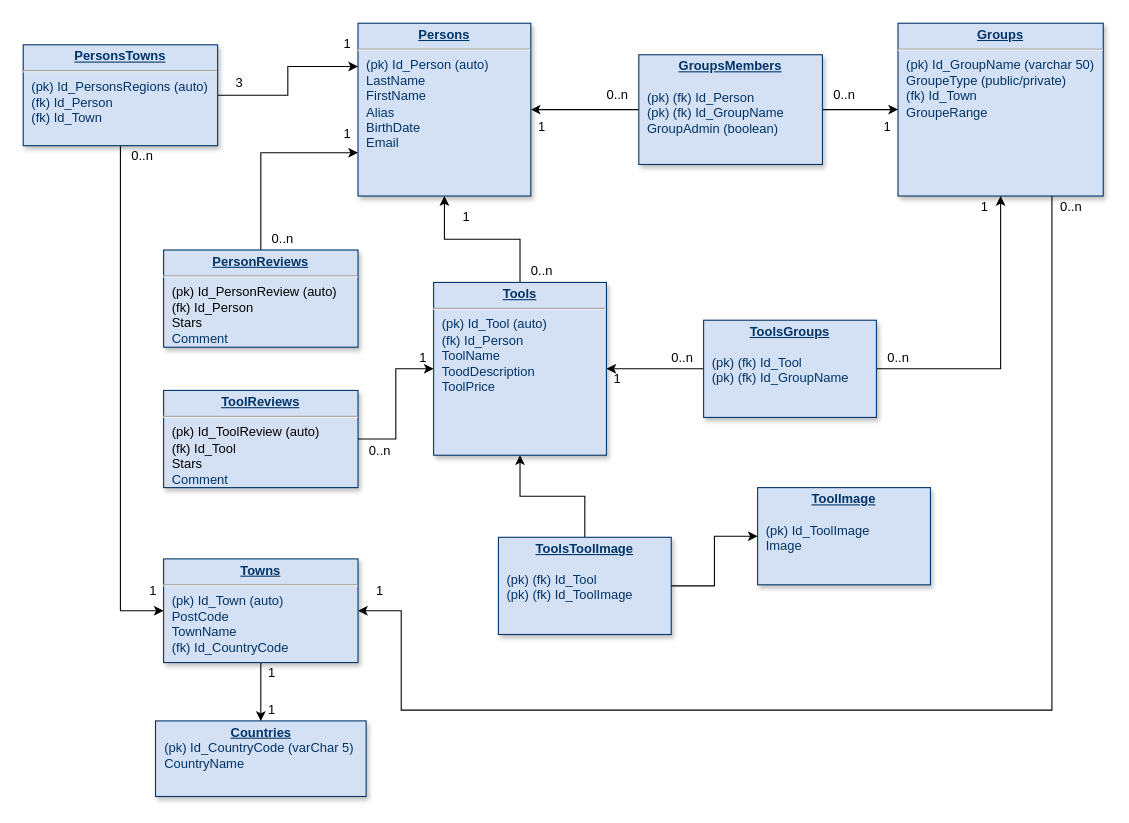
This is toolbox_website/DB/docs/db_schematic.drawio from Altiimax/DevWebProject, a draw.io file, before an edit. Source tidied: cells renumbered, new cells numbered last; positions are measured from the earlier drawing's top-left corner, leaving out a move shared by most shapes. Both pictures are drawn from the tidied source at 108%, with x=0, y=0 at pixel (23, 23).
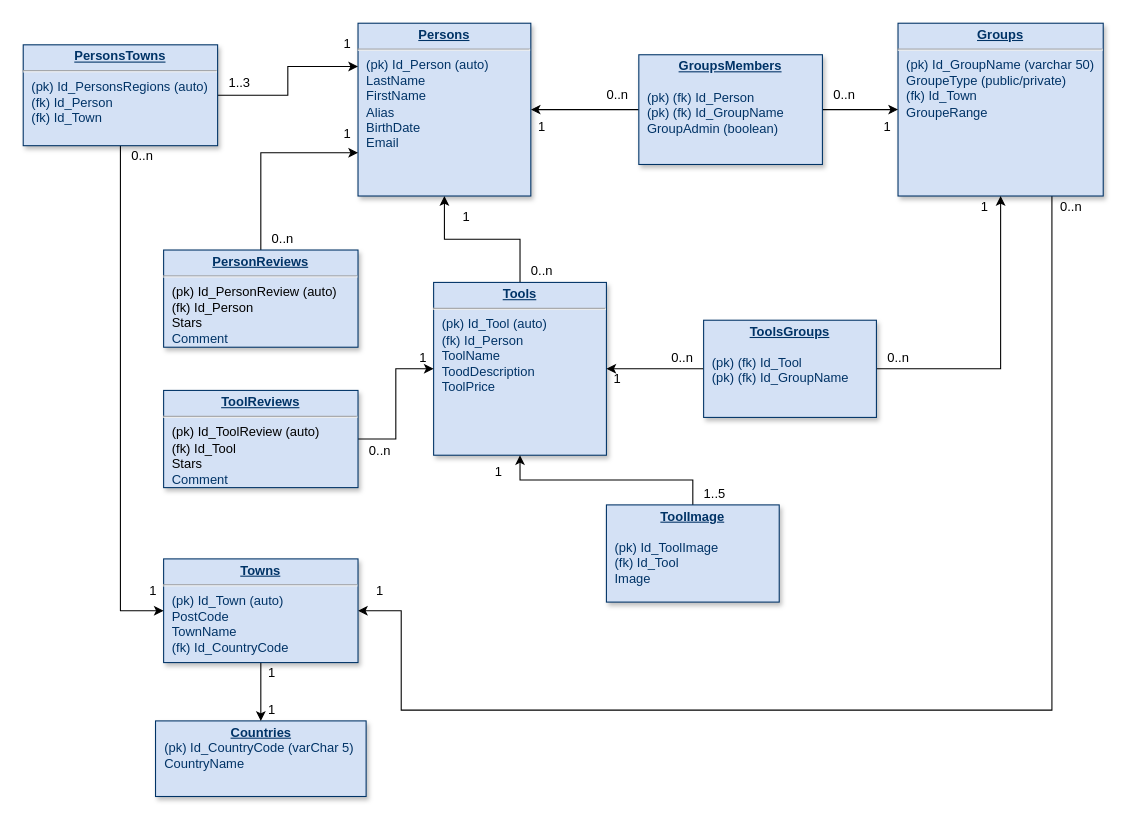
After the change.

Unchanged cells that the change refers to:
```xml
<mxCell id="3" value="&lt;p style=&quot;margin: 0px ; margin-top: 4px ; text-align: center ; text-decoration: underline&quot;&gt;&lt;strong&gt;Tools&lt;/strong&gt;&lt;/p&gt;&lt;hr&gt;&lt;p style=&quot;margin: 0px ; margin-left: 8px&quot;&gt;(pk) Id_Tool (auto)&lt;/p&gt;&lt;p style=&quot;margin: 0px ; margin-left: 8px&quot;&gt;(fk) Id_Person&amp;nbsp;&lt;/p&gt;&lt;p style=&quot;margin: 0px ; margin-left: 8px&quot;&gt;ToolName&lt;/p&gt;&lt;p style=&quot;margin: 0px ; margin-left: 8px&quot;&gt;ToodDescription&lt;/p&gt;&lt;p style=&quot;margin: 0px ; margin-left: 8px&quot;&gt;&lt;span&gt;ToolPrice&lt;/span&gt;&lt;br&gt;&lt;/p&gt;&lt;p style=&quot;margin: 0px ; margin-left: 8px&quot;&gt;&lt;br&gt;&lt;/p&gt;" style="verticalAlign=top;align=left;overflow=fill;fontSize=12;fontFamily=Helvetica;html=1;strokeColor=#003366;shadow=1;fillColor=#D4E1F5;fontColor=#003366;" parent="1" vertex="1">
  <mxGeometry x="380" y="240" width="160" height="160" as="geometry" />
</mxCell>
```

The edit, as a diff of the source:
```diff
@@
-    <mxCell id="37" value="3" style="text;html=1;align=center;verticalAlign=middle;" parent="1" vertex="1">
-      <mxGeometry x="190" y="46" width="20" height="20" as="geometry" />
+    <mxCell id="37" value="1..3" style="text;html=1;align=center;verticalAlign=middle;" parent="1" vertex="1">
+      <mxGeometry x="180" y="46" width="40" height="20" as="geometry" />
     </mxCell>
@@
+    <mxCell id="52" style="edgeStyle=orthogonalEdgeStyle;rounded=0;jettySize=auto;html=1;entryX=0.5;entryY=1;entryDx=0;entryDy=0;" parent="1" edge="1" source="48" target="3">
+      <mxGeometry relative="1" as="geometry" />
+    </mxCell>
-    <mxCell id="48" value="&lt;p style=&quot;margin: 0px ; margin-top: 4px ; text-align: center ; text-decoration: underline&quot;&gt;&lt;strong&gt;Tool&lt;/strong&gt;&lt;strong&gt;Image&lt;/strong&gt;&lt;/p&gt;&lt;p style=&quot;margin: 0px ; margin-left: 8px&quot;&gt;&lt;br&gt;&lt;/p&gt;&lt;p style=&quot;margin: 0px ; margin-left: 8px&quot;&gt;(pk) Id_ToolImage&lt;/p&gt;&lt;p style=&quot;margin: 0px ; margin-left: 8px&quot;&gt;Image&lt;/p&gt;&lt;p style=&quot;margin: 0px ; margin-left: 8px&quot;&gt;&lt;br&gt;&lt;/p&gt;&lt;p style=&quot;margin: 0px ; margin-left: 8px&quot;&gt;&lt;br&gt;&lt;/p&gt;&lt;p style=&quot;margin: 0px ; margin-left: 8px&quot;&gt;&lt;br&gt;&lt;/p&gt;" style="verticalAlign=top;align=left;overflow=fill;fontSize=12;fontFamily=Helvetica;html=1;strokeColor=#003366;shadow=1;fillColor=#D4E1F5;fontColor=#003366;" parent="1" vertex="1">
-      <mxGeometry x="680" y="430" width="160" height="90" as="geometry" />
+    <mxCell id="48" value="&lt;p style=&quot;margin: 0px ; margin-top: 4px ; text-align: center ; text-decoration: underline&quot;&gt;&lt;strong&gt;Tool&lt;/strong&gt;&lt;strong&gt;Image&lt;/strong&gt;&lt;/p&gt;&lt;p style=&quot;margin: 0px ; margin-left: 8px&quot;&gt;&lt;br&gt;&lt;/p&gt;&lt;p style=&quot;margin: 0px ; margin-left: 8px&quot;&gt;(pk) Id_ToolImage&lt;/p&gt;&lt;p style=&quot;margin: 0px ; margin-left: 8px&quot;&gt;(fk) Id_Tool&lt;/p&gt;&lt;p style=&quot;margin: 0px ; margin-left: 8px&quot;&gt;Image&lt;/p&gt;&lt;p style=&quot;margin: 0px ; margin-left: 8px&quot;&gt;&lt;br&gt;&lt;/p&gt;&lt;p style=&quot;margin: 0px ; margin-left: 8px&quot;&gt;&lt;br&gt;&lt;/p&gt;&lt;p style=&quot;margin: 0px ; margin-left: 8px&quot;&gt;&lt;br&gt;&lt;/p&gt;" style="verticalAlign=top;align=left;overflow=fill;fontSize=12;fontFamily=Helvetica;html=1;strokeColor=#003366;shadow=1;fillColor=#D4E1F5;fontColor=#003366;" parent="1" vertex="1">
+      <mxGeometry x="540" y="446" width="160" height="90" as="geometry" />
     </mxCell>
-    <mxCell id="49" style="edgeStyle=orthogonalEdgeStyle;rounded=0;jettySize=auto;html=1;exitX=1;exitY=0.5;exitDx=0;exitDy=0;entryX=0;entryY=0.5;entryDx=0;entryDy=0;" parent="1" edge="1" source="51" target="48">
-      <mxGeometry relative="1" as="geometry" />
-    </mxCell>
-    <mxCell id="50" style="edgeStyle=orthogonalEdgeStyle;rounded=0;jettySize=auto;html=1;exitX=0.5;exitY=0;exitDx=0;exitDy=0;entryX=0.5;entryY=1;entryDx=0;entryDy=0;" parent="1" edge="1" source="51" target="3">
-      <mxGeometry relative="1" as="geometry" />
-    </mxCell>
-    <mxCell id="51" value="&lt;p style=&quot;margin: 0px ; margin-top: 4px ; text-align: center ; text-decoration: underline&quot;&gt;&lt;strong&gt;ToolsTool&lt;/strong&gt;&lt;strong&gt;Image&lt;/strong&gt;&lt;/p&gt;&lt;p style=&quot;margin: 0px ; margin-left: 8px&quot;&gt;&lt;br&gt;&lt;/p&gt;&lt;p style=&quot;margin: 0px ; margin-left: 8px&quot;&gt;(pk) (fk) Id_Tool&lt;/p&gt;&lt;p style=&quot;margin: 0px ; margin-left: 8px&quot;&gt;(pk) (fk) Id_ToolImage&lt;/p&gt;&lt;p style=&quot;margin: 0px ; margin-left: 8px&quot;&gt;&lt;br&gt;&lt;/p&gt;&lt;p style=&quot;margin: 0px ; margin-left: 8px&quot;&gt;&lt;br&gt;&lt;/p&gt;&lt;p style=&quot;margin: 0px ; margin-left: 8px&quot;&gt;&lt;br&gt;&lt;/p&gt;" style="verticalAlign=top;align=left;overflow=fill;fontSize=12;fontFamily=Helvetica;html=1;strokeColor=#003366;shadow=1;fillColor=#D4E1F5;fontColor=#003366;" parent="1" vertex="1">
-      <mxGeometry x="440" y="476" width="160" height="90" as="geometry" />
-    </mxCell>
+    <mxCell id="53" value="1" style="text;html=1;align=center;verticalAlign=middle;" parent="1" vertex="1">
+      <mxGeometry x="430" y="406" width="20" height="20" as="geometry" />
+    </mxCell>
+    <mxCell id="54" value="1..5" style="text;html=1;align=center;verticalAlign=middle;" parent="1" vertex="1">
+      <mxGeometry x="620" y="426" width="40" height="20" as="geometry" />
+    </mxCell>
```
